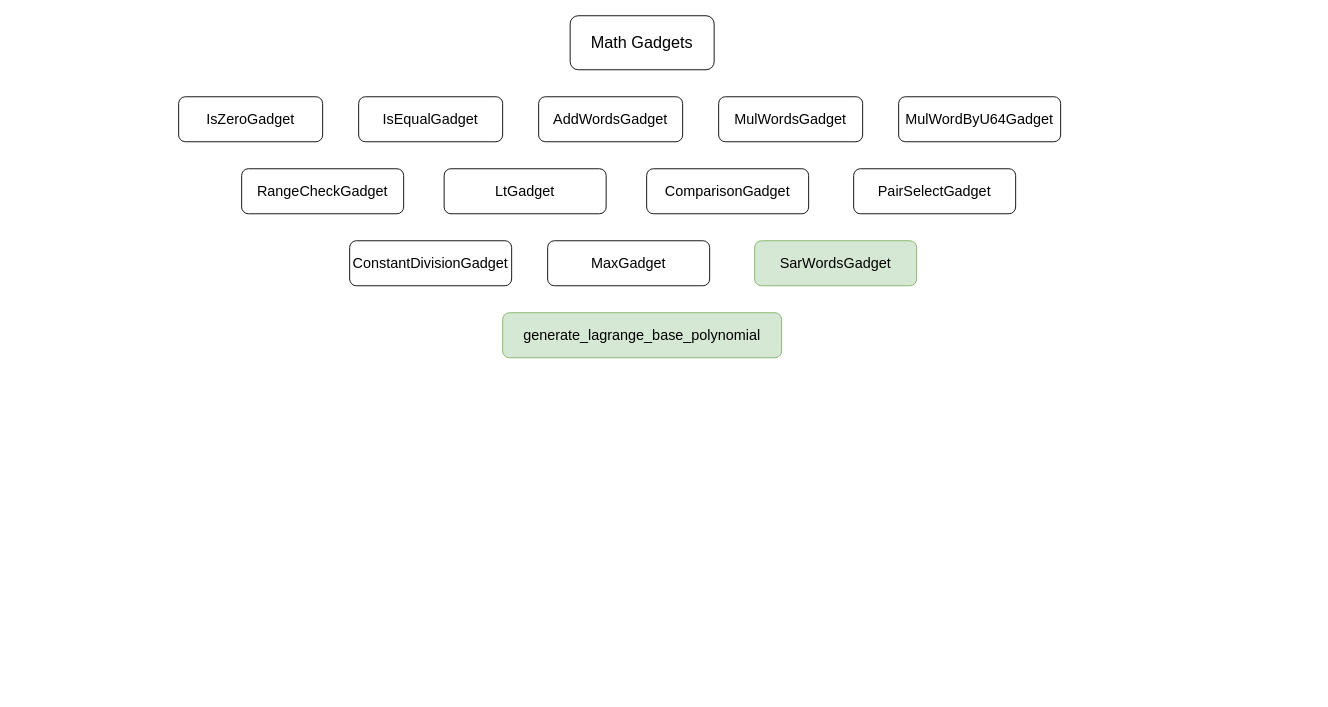
Before: zkevm/math_gadget workflow & latest version.drawio in 0xyicheng/a-research-diagram, a draw.io diagram. Source tidied: cells renumbered, new cells numbered last; positions are measured from the earlier drawing's top-left corner, leaving out a move shared by most shapes. Both pictures are drawn from the tidied source at 90%, with x=0, y=0 at pixel (178, 15).
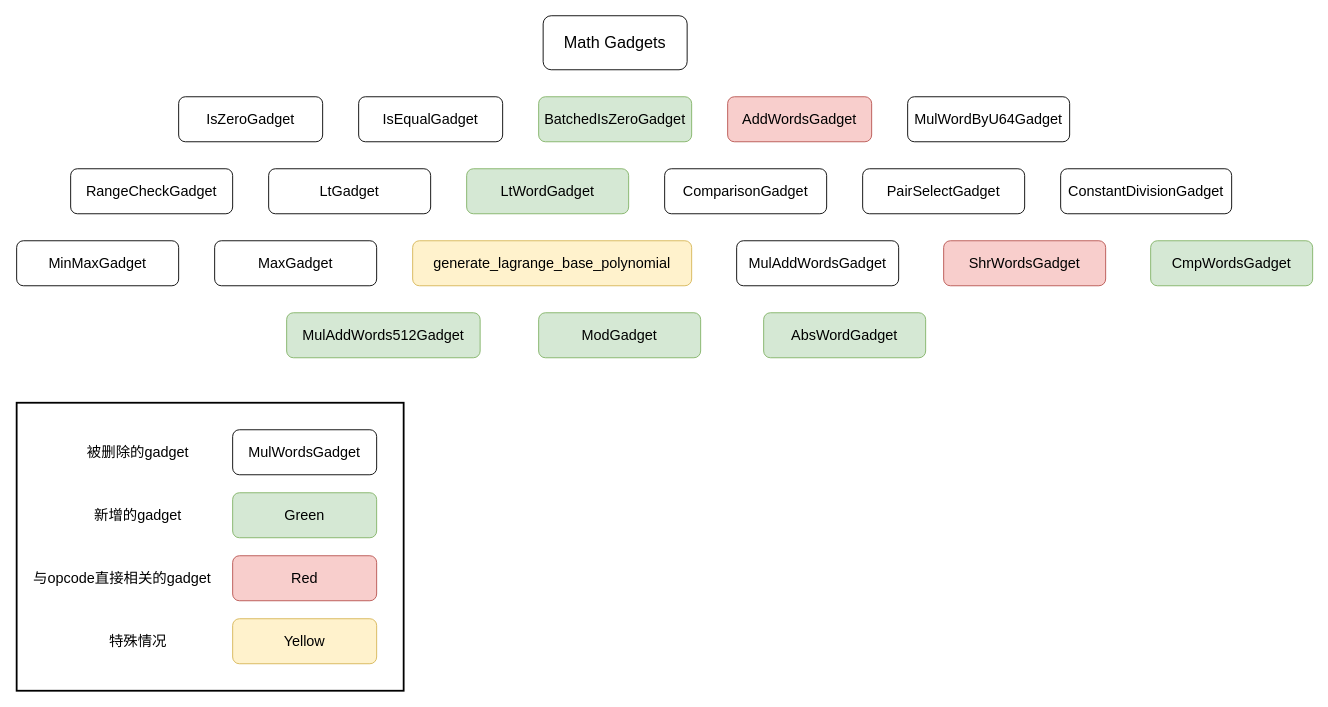
Above is the later version.

Change to the diagram source:
```diff
@@
     <mxCell id="2" value="&lt;font style=&quot;font-size: 18px;&quot;&gt;Math Gadgets&lt;/font&gt;" style="rounded=1;whiteSpace=wrap;html=1;" parent="1" vertex="1">
-      <mxGeometry x="435" width="160" height="60" as="geometry" />
+      <mxGeometry x="405" width="160" height="60" as="geometry" />
     </mxCell>
@@
-    <mxCell id="5" value="&lt;font style=&quot;font-size: 16px;&quot;&gt;AddWordsGadget&lt;/font&gt;" style="rounded=1;whiteSpace=wrap;html=1;" parent="1" vertex="1">
-      <mxGeometry x="400" y="90" width="160" height="50" as="geometry" />
+    <mxCell id="5" value="&lt;span style=&quot;font-size: 16px;&quot;&gt;BatchedIsZeroGadget&lt;/span&gt;" style="rounded=1;whiteSpace=wrap;html=1;fillColor=#d5e8d4;strokeColor=#82b366;" parent="1" vertex="1">
+      <mxGeometry x="400" y="90" width="170" height="50" as="geometry" />
     </mxCell>
     <mxCell id="6" value="&lt;font style=&quot;font-size: 16px;&quot;&gt;MulWordsGadget&lt;/font&gt;" style="rounded=1;whiteSpace=wrap;html=1;" parent="1" vertex="1">
-      <mxGeometry x="600" y="90" width="160" height="50" as="geometry" />
+      <mxGeometry x="60" y="460" width="160" height="50" as="geometry" />
     </mxCell>
     <mxCell id="7" value="&lt;font style=&quot;font-size: 16px;&quot;&gt;MulWordByU64Gadget&lt;/font&gt;" style="rounded=1;whiteSpace=wrap;html=1;" parent="1" vertex="1">
-      <mxGeometry x="800" y="90" width="180" height="50" as="geometry" />
+      <mxGeometry x="810" y="90" width="180" height="50" as="geometry" />
     </mxCell>
     <mxCell id="8" value="&lt;font style=&quot;font-size: 16px;&quot;&gt;RangeCheckGadget&lt;/font&gt;" style="rounded=1;whiteSpace=wrap;html=1;" parent="1" vertex="1">
-      <mxGeometry x="70" y="170" width="180" height="50" as="geometry" />
+      <mxGeometry x="-120" y="170" width="180" height="50" as="geometry" />
     </mxCell>
     <mxCell id="9" value="&lt;font style=&quot;font-size: 16px;&quot;&gt;LtGadget&lt;/font&gt;" style="rounded=1;whiteSpace=wrap;html=1;" parent="1" vertex="1">
-      <mxGeometry x="295" y="170" width="180" height="50" as="geometry" />
+      <mxGeometry x="100" y="170" width="180" height="50" as="geometry" />
     </mxCell>
-    <mxCell id="10" value="&lt;font style=&quot;font-size: 16px;&quot;&gt;ComparisonGadget&lt;/font&gt;" style="rounded=1;whiteSpace=wrap;html=1;" parent="1" vertex="1">
-      <mxGeometry x="520" y="170" width="180" height="50" as="geometry" />
+    <mxCell id="10" value="&lt;font style=&quot;font-size: 16px;&quot;&gt;LtWordGadget&lt;/font&gt;" style="rounded=1;whiteSpace=wrap;html=1;fillColor=#d5e8d4;strokeColor=#82b366;" parent="1" vertex="1">
+      <mxGeometry x="320" y="170" width="180" height="50" as="geometry" />
     </mxCell>
     <mxCell id="11" value="&lt;font style=&quot;font-size: 16px;&quot;&gt;PairSelectGadget&lt;/font&gt;" style="rounded=1;whiteSpace=wrap;html=1;" parent="1" vertex="1">
-      <mxGeometry x="750" y="170" width="180" height="50" as="geometry" />
+      <mxGeometry x="760" y="170" width="180" height="50" as="geometry" />
     </mxCell>
     <mxCell id="12" value="&lt;font style=&quot;font-size: 16px;&quot;&gt;ConstantDivisionGadget&lt;/font&gt;" style="rounded=1;whiteSpace=wrap;html=1;" parent="1" vertex="1">
-      <mxGeometry x="190" y="250" width="180" height="50" as="geometry" />
+      <mxGeometry x="980" y="170" width="190" height="50" as="geometry" />
     </mxCell>
     <mxCell id="13" value="&lt;font style=&quot;font-size: 16px;&quot;&gt;MaxGadget&lt;/font&gt;" style="rounded=1;whiteSpace=wrap;html=1;" parent="1" vertex="1">
-      <mxGeometry x="410" y="250" width="180" height="50" as="geometry" />
+      <mxGeometry x="40" y="250" width="180" height="50" as="geometry" />
     </mxCell>
-    <mxCell id="14" value="&lt;font style=&quot;font-size: 16px;&quot;&gt;SarWordsGadget&lt;/font&gt;" style="rounded=1;whiteSpace=wrap;html=1;fillColor=#d5e8d4;strokeColor=#82b366;" parent="1" vertex="1">
-      <mxGeometry x="640" y="250" width="180" height="50" as="geometry" />
+    <mxCell id="14" value="&lt;font style=&quot;font-size: 16px;&quot;&gt;ShrWordsGadget&lt;/font&gt;" style="rounded=1;whiteSpace=wrap;html=1;fillColor=#f8cecc;strokeColor=#b85450;" parent="1" vertex="1">
+      <mxGeometry x="850" y="250" width="180" height="50" as="geometry" />
     </mxCell>
-    <mxCell id="15" value="&lt;font style=&quot;font-size: 16px;&quot;&gt;generate_lagrange_base_polynomial&lt;/font&gt;" style="rounded=1;whiteSpace=wrap;html=1;fillColor=#d5e8d4;strokeColor=#82b366;" parent="1" vertex="1">
-      <mxGeometry x="360" y="330" width="310" height="50" as="geometry" />
+    <mxCell id="15" value="&lt;font style=&quot;font-size: 16px;&quot;&gt;generate_lagrange_base_polynomial&lt;/font&gt;" style="rounded=1;whiteSpace=wrap;html=1;fillColor=#fff2cc;strokeColor=#d6b656;" parent="1" vertex="1">
+      <mxGeometry x="260" y="250" width="310" height="50" as="geometry" />
     </mxCell>
+    <mxCell id="16" value="&lt;font style=&quot;font-size: 16px;&quot;&gt;AddWordsGadget&lt;/font&gt;" style="rounded=1;whiteSpace=wrap;html=1;fillColor=#f8cecc;strokeColor=#b85450;" parent="1" vertex="1">
+      <mxGeometry x="610" y="90" width="160" height="50" as="geometry" />
+    </mxCell>
+    <mxCell id="17" value="&lt;font style=&quot;font-size: 16px;&quot;&gt;被删除的gadget&lt;/font&gt;" style="text;html=1;strokeColor=none;fillColor=none;align=center;verticalAlign=middle;whiteSpace=wrap;rounded=0;" parent="1" vertex="1">
+      <mxGeometry x="-130" y="470" width="170" height="30" as="geometry" />
+    </mxCell>
+    <mxCell id="18" value="&lt;font style=&quot;font-size: 16px;&quot;&gt;ComparisonGadget&lt;/font&gt;" style="rounded=1;whiteSpace=wrap;html=1;" parent="1" vertex="1">
+      <mxGeometry x="540" y="170" width="180" height="50" as="geometry" />
+    </mxCell>
+    <mxCell id="19" value="&lt;font style=&quot;font-size: 16px;&quot;&gt;MinMaxGadget&lt;/font&gt;" style="rounded=1;whiteSpace=wrap;html=1;" parent="1" vertex="1">
+      <mxGeometry x="-180" y="250" width="180" height="50" as="geometry" />
+    </mxCell>
+    <mxCell id="20" value="&lt;span style=&quot;font-size: 16px;&quot;&gt;MulAddWordsGadget&lt;/span&gt;" style="rounded=1;whiteSpace=wrap;html=1;" parent="1" vertex="1">
+      <mxGeometry x="620" y="250" width="180" height="50" as="geometry" />
+    </mxCell>
+    <mxCell id="21" value="&lt;span style=&quot;font-size: 16px;&quot;&gt;CmpWordsGadget&lt;/span&gt;" style="rounded=1;whiteSpace=wrap;html=1;fillColor=#d5e8d4;strokeColor=#82b366;" parent="1" vertex="1">
+      <mxGeometry x="1080" y="250" width="180" height="50" as="geometry" />
+    </mxCell>
+    <mxCell id="22" value="&lt;span style=&quot;font-size: 16px;&quot;&gt;MulAddWords512Gadget&lt;/span&gt;" style="rounded=1;whiteSpace=wrap;html=1;fillColor=#d5e8d4;strokeColor=#82b366;" parent="1" vertex="1">
+      <mxGeometry x="120" y="330" width="215" height="50" as="geometry" />
+    </mxCell>
+    <mxCell id="23" value="&lt;font style=&quot;font-size: 16px;&quot;&gt;ModGadget&lt;/font&gt;" style="rounded=1;whiteSpace=wrap;html=1;fillColor=#d5e8d4;strokeColor=#82b366;" parent="1" vertex="1">
+      <mxGeometry x="400" y="330" width="180" height="50" as="geometry" />
+    </mxCell>
+    <mxCell id="24" value="&lt;font style=&quot;font-size: 16px;&quot;&gt;AbsWordGadget&lt;/font&gt;" style="rounded=1;whiteSpace=wrap;html=1;fillColor=#d5e8d4;strokeColor=#82b366;" parent="1" vertex="1">
+      <mxGeometry x="650" y="330" width="180" height="50" as="geometry" />
+    </mxCell>
+    <mxCell id="25" style="rounded=0;whiteSpace=wrap;html=1;fontSize=20;strokeWidth=2;fillColor=none;strokeColor=default;" parent="1" vertex="1">
+      <mxGeometry x="-180" y="430" width="430" height="320" as="geometry" />
+    </mxCell>
+    <mxCell id="26" value="&lt;span style=&quot;font-size: 16px;&quot;&gt;新增的gadget&lt;/span&gt;" style="text;html=1;strokeColor=none;fillColor=none;align=center;verticalAlign=middle;whiteSpace=wrap;rounded=0;" parent="1" vertex="1">
+      <mxGeometry x="-130" y="540" width="170" height="30" as="geometry" />
+    </mxCell>
+    <mxCell id="27" value="&lt;span style=&quot;font-size: 16px;&quot;&gt;与opcode直接相关的gadget&lt;/span&gt;" style="text;html=1;strokeColor=none;fillColor=none;align=center;verticalAlign=middle;whiteSpace=wrap;rounded=0;" parent="1" vertex="1">
+      <mxGeometry x="-165" y="610" width="205" height="30" as="geometry" />
+    </mxCell>
+    <mxCell id="28" value="&lt;span style=&quot;font-size: 16px;&quot;&gt;特殊情况&lt;/span&gt;" style="text;html=1;strokeColor=none;fillColor=none;align=center;verticalAlign=middle;whiteSpace=wrap;rounded=0;" parent="1" vertex="1">
+      <mxGeometry x="-130" y="680" width="170" height="30" as="geometry" />
+    </mxCell>
+    <mxCell id="29" value="&lt;font style=&quot;font-size: 16px;&quot;&gt;Green&lt;/font&gt;" style="rounded=1;whiteSpace=wrap;html=1;fillColor=#d5e8d4;strokeColor=#82b366;" parent="1" vertex="1">
+      <mxGeometry x="60" y="530" width="160" height="50" as="geometry" />
+    </mxCell>
+    <mxCell id="30" value="&lt;span style=&quot;font-size: 16px;&quot;&gt;Red&lt;/span&gt;" style="rounded=1;whiteSpace=wrap;html=1;fillColor=#f8cecc;strokeColor=#b85450;" parent="1" vertex="1">
+      <mxGeometry x="60" y="600" width="160" height="50" as="geometry" />
+    </mxCell>
+    <mxCell id="31" value="&lt;span style=&quot;font-size: 16px;&quot;&gt;Yellow&lt;/span&gt;" style="rounded=1;whiteSpace=wrap;html=1;fillColor=#fff2cc;strokeColor=#d6b656;" parent="1" vertex="1">
+      <mxGeometry x="60" y="670" width="160" height="50" as="geometry" />
+    </mxCell>
```
